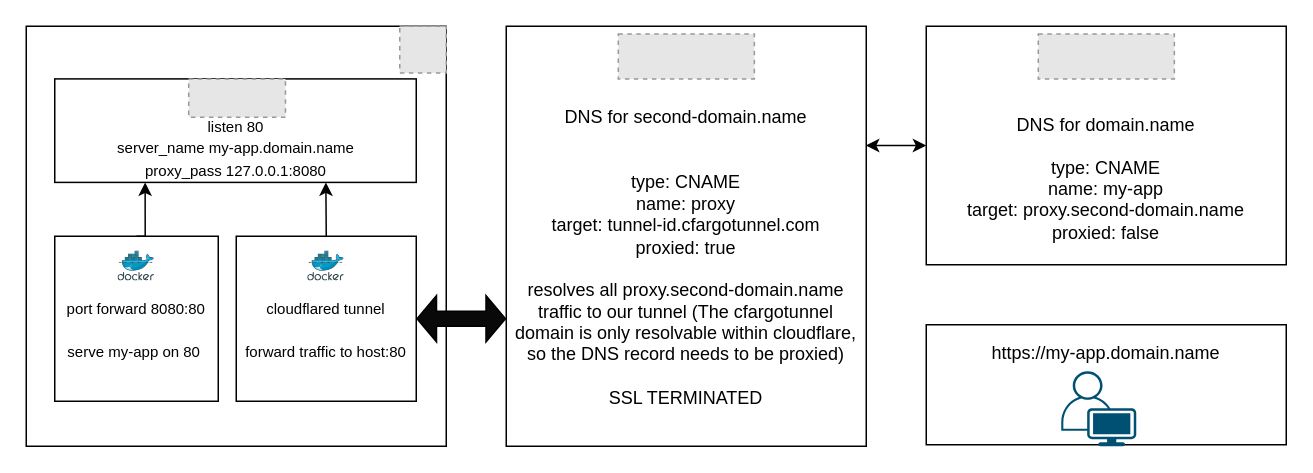
Earlier version of the draw.io diagram Cloudflare CGNAT Bypass.drawio (karthikkasturi/drawio). Source tidied: cells renumbered, new cells numbered last; positions are measured from the earlier drawing's top-left corner, leaving out a move shared by most shapes. Both pictures are drawn from the tidied source at 150%, with x=0, y=0 at pixel (26, 26). Pictures stored in the file or linked from it are replaced by grey dashed boxes.
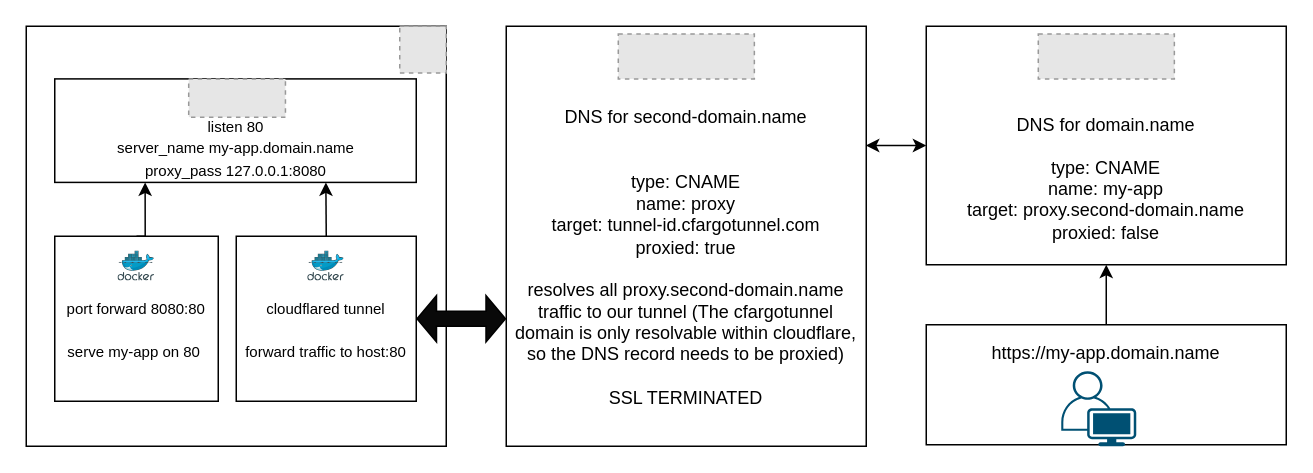
After the change.

Unchanged cells that the change refers to:
```xml
<mxCell id="20" value="&lt;div&gt;&lt;br&gt;&lt;/div&gt;&lt;div&gt;&lt;br&gt;&lt;/div&gt;&lt;div&gt;&lt;br&gt;&lt;/div&gt;DNS for domain.name&lt;div&gt;&lt;br&gt;&lt;/div&gt;&lt;div&gt;type: CNAME&lt;/div&gt;&lt;div&gt;name: my-app&lt;/div&gt;&lt;div&gt;target: proxy.second-domain.name&lt;/div&gt;&lt;div&gt;proxied: false&lt;/div&gt;" style="rounded=0;whiteSpace=wrap;html=1;" parent="1" vertex="1">
  <mxGeometry x="600" width="240" height="159" as="geometry" />
</mxCell>
<mxCell id="23" value="&lt;div&gt;https://my-app.domain.name&lt;br&gt;&lt;/div&gt;&lt;div&gt;&lt;br&gt;&lt;/div&gt;&lt;div&gt;&lt;br&gt;&lt;/div&gt;&lt;div&gt;&lt;br&gt;&lt;/div&gt;" style="rounded=0;whiteSpace=wrap;html=1;" parent="1" vertex="1">
  <mxGeometry x="600" y="199" width="240" height="80" as="geometry" />
</mxCell>
```

Diff of the diagram source:
```diff
@@
+    <mxCell id="25" style="edgeStyle=orthogonalEdgeStyle;rounded=0;jettySize=auto;html=1;" parent="1" edge="1" source="23" target="20">
+      <mxGeometry relative="1" as="geometry" />
+    </mxCell>
```
